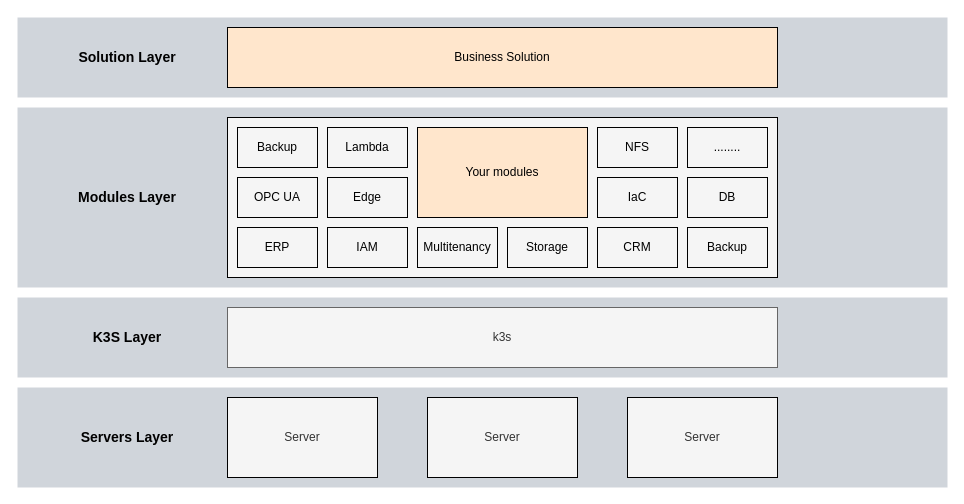
Before: page "Overall" (1 of 2) of site/content/docs/architecture/all.drawio in slamy-solutions/openbp, a draw.io diagram. Source tidied: cells renumbered, new cells numbered last; positions are measured from the earlier drawing's top-left corner, leaving out a move shared by most shapes. Both pictures are drawn from the tidied source at 100%, with x=0, y=0 at pixel (17, 17).
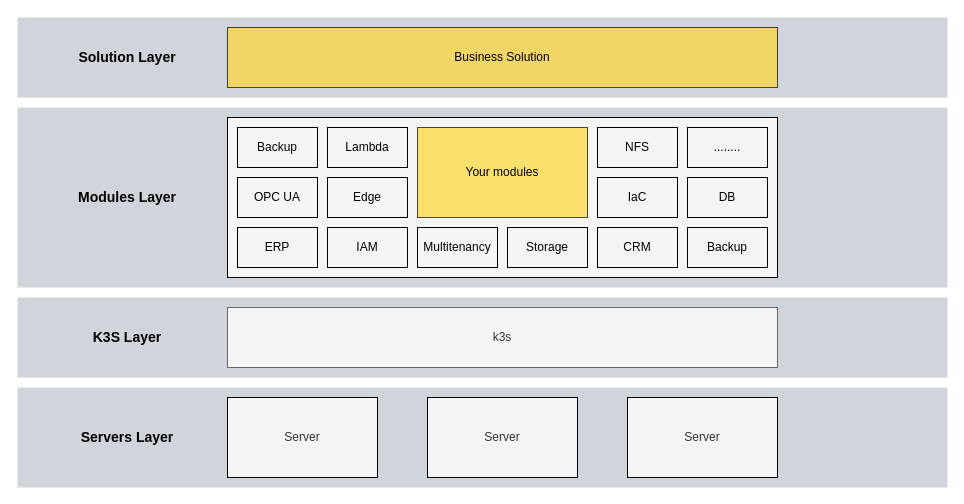
After the change.

Diff of the diagram source:
```diff
@@
-    <mxCell id="9" value="Business Solution" style="rounded=0;whiteSpace=wrap;html=1;strokeWidth=1;fillColor=#ffe6cc;strokeColor=default;" parent="1" vertex="1">
+    <mxCell id="9" value="Business Solution" style="rounded=0;whiteSpace=wrap;html=1;strokeWidth=1;fillColor=#FFD835;strokeColor=default;opacity=70;" parent="1" vertex="1">
       <mxGeometry x="210" y="10" width="550" height="60" as="geometry" />
     </mxCell>
@@
-    <mxCell id="20" value="Your modules" style="rounded=0;whiteSpace=wrap;html=1;strokeColor=default;strokeWidth=1;fillColor=#ffe6cc;" parent="1" vertex="1">
+    <mxCell id="20" value="Your modules" style="rounded=0;whiteSpace=wrap;html=1;strokeColor=default;strokeWidth=1;fillColor=#FFD835;opacity=70;" parent="1" vertex="1">
       <mxGeometry x="400" y="110" width="170" height="90" as="geometry" />
     </mxCell>
```
